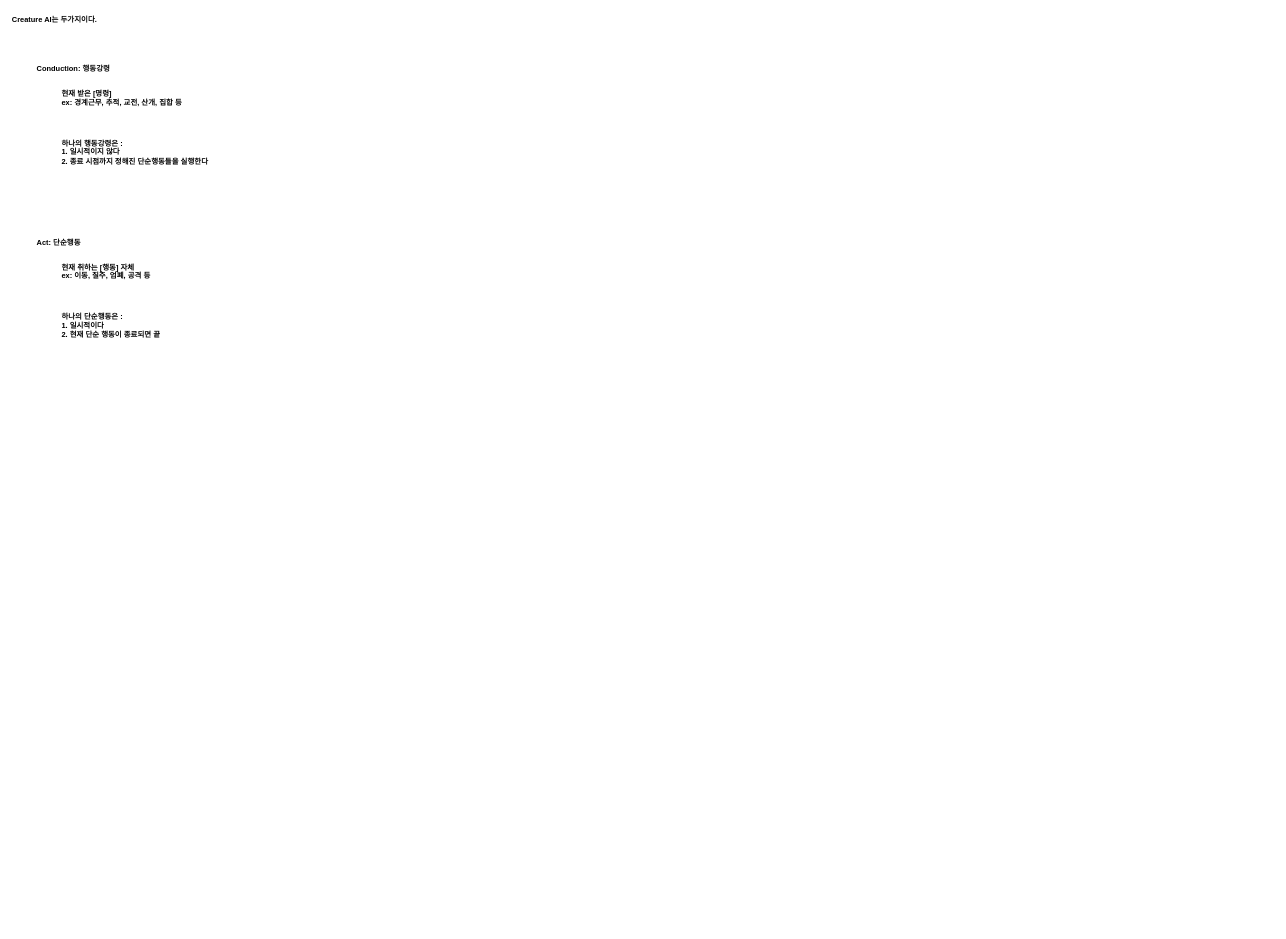
VanSubstance/To-the-North keeps this draw.io diagram as page "Intro" (1 of 7) of documents/Structure For AI.drawio. Above is the earlier version. Source tidied: cells renumbered, new cells numbered last; positions are measured from the earlier drawing's top-left corner, leaving out a move shared by most shapes. Both pictures are drawn from the tidied source at 62%, with x=0, y=0 at pixel (11, 11).
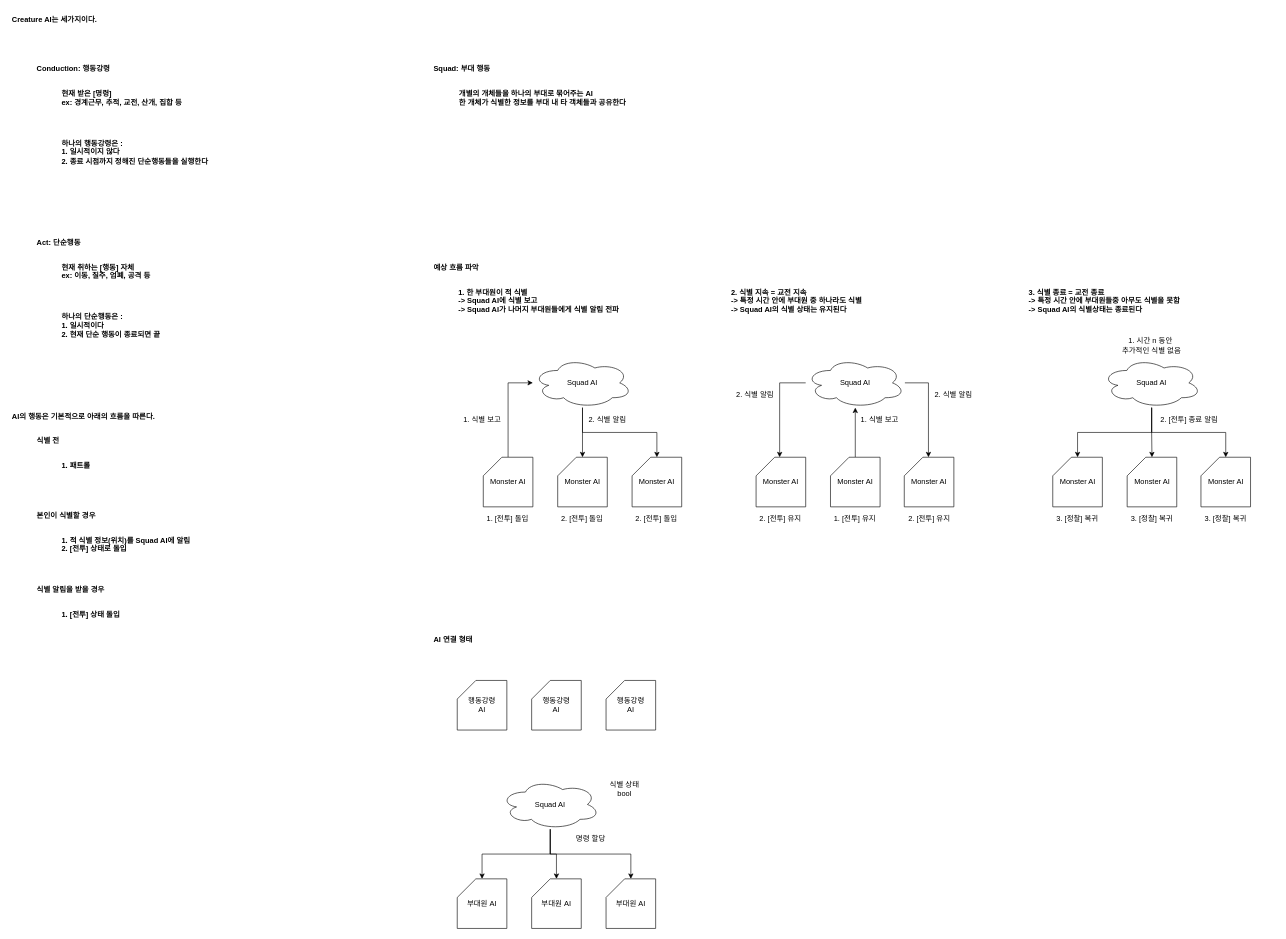
Above is the later version.

Commit message (it also covers changes not shown here):
Document/ai squad for monsters (#55)

* Docs: Structure for Squad AI

#52

+ 부대 AI 구성중 ...

* Docs: Update Structure for AI

* Docs: Logic for PathFinding

#52

+ 길찾기 알고리즘 고안중 ...

* Docs: Structure of Base AI including PathFinding

#52

+ 길찾기 알고리즘을 포함한 기본 AI 리뉴얼 플로우차트 작성

* Docs: PathFind AI

#52

+ 패스파인딩 AI 기본 구조 고안 완료

What changed in the source:
```diff
@@
-    <mxCell id="2" value="Creature AI는 두가지이다." style="text;html=1;strokeColor=none;fillColor=none;align=left;verticalAlign=top;whiteSpace=wrap;rounded=0;fontStyle=1;" parent="1" vertex="1">
+    <mxCell id="2" value="Creature AI는 세가지이다." style="text;html=1;strokeColor=none;fillColor=none;align=left;verticalAlign=top;whiteSpace=wrap;rounded=0;fontStyle=1;" parent="1" vertex="1">
       <mxGeometry width="480" height="30" as="geometry" />
     </mxCell>
@@
+    <mxCell id="9" value="Squad: 부대 행동" style="text;html=1;strokeColor=none;fillColor=none;align=left;verticalAlign=top;whiteSpace=wrap;rounded=0;fontStyle=1;" parent="1" vertex="1">
+      <mxGeometry x="680" y="80" width="480" height="30" as="geometry" />
+    </mxCell>
+    <mxCell id="10" value="개별의 개체들을 하나의 부대로 묶어주는 AI&lt;br&gt;한 개체가 식별한 정보를 부대 내 타 객체들과 공유한다" style="text;html=1;strokeColor=none;fillColor=none;align=left;verticalAlign=top;whiteSpace=wrap;rounded=0;fontStyle=1;" parent="1" vertex="1">
+      <mxGeometry x="721" y="120" width="480" height="30" as="geometry" />
+    </mxCell>
+    <mxCell id="11" value="AI의 행동은 기본적으로 아래의 흐름을 따른다." style="text;html=1;strokeColor=none;fillColor=none;align=left;verticalAlign=top;whiteSpace=wrap;rounded=0;fontStyle=1;" parent="1" vertex="1">
+      <mxGeometry y="640" width="480" height="30" as="geometry" />
+    </mxCell>
+    <mxCell id="12" value="식별 전" style="text;html=1;strokeColor=none;fillColor=none;align=left;verticalAlign=top;whiteSpace=wrap;rounded=0;fontStyle=1;" parent="1" vertex="1">
+      <mxGeometry x="40" y="680" width="480" height="30" as="geometry" />
+    </mxCell>
+    <mxCell id="13" value="1. 패트롤" style="text;html=1;strokeColor=none;fillColor=none;align=left;verticalAlign=top;whiteSpace=wrap;rounded=0;fontStyle=1;" parent="1" vertex="1">
+      <mxGeometry x="80" y="720" width="480" height="30" as="geometry" />
+    </mxCell>
+    <mxCell id="14" value="본인이 식별할 경우" style="text;html=1;strokeColor=none;fillColor=none;align=left;verticalAlign=top;whiteSpace=wrap;rounded=0;fontStyle=1;" parent="1" vertex="1">
+      <mxGeometry x="40" y="800" width="480" height="40" as="geometry" />
+    </mxCell>
+    <mxCell id="15" value="1. 적 식별 정보(위치)를 Squad AI에 알림&lt;br&gt;2. [전투] 상태로 돌입" style="text;html=1;strokeColor=none;fillColor=none;align=left;verticalAlign=top;whiteSpace=wrap;rounded=0;fontStyle=1;" parent="1" vertex="1">
+      <mxGeometry x="80" y="840" width="480" height="40" as="geometry" />
+    </mxCell>
+    <mxCell id="16" value="식별 알림을 받을 경우" style="text;html=1;strokeColor=none;fillColor=none;align=left;verticalAlign=top;whiteSpace=wrap;rounded=0;fontStyle=1;" parent="1" vertex="1">
+      <mxGeometry x="40" y="920" width="480" height="40" as="geometry" />
+    </mxCell>
+    <mxCell id="17" value="1. [전투] 상태 돌입" style="text;html=1;strokeColor=none;fillColor=none;align=left;verticalAlign=top;whiteSpace=wrap;rounded=0;fontStyle=1;" parent="1" vertex="1">
+      <mxGeometry x="80" y="960" width="480" height="40" as="geometry" />
+    </mxCell>
+    <mxCell id="18" style="edgeStyle=orthogonalEdgeStyle;rounded=0;jettySize=auto;html=1;" parent="1" edge="1" source="20" target="22">
+      <mxGeometry relative="1" as="geometry" />
+    </mxCell>
+    <mxCell id="19" style="edgeStyle=orthogonalEdgeStyle;rounded=0;jettySize=auto;html=1;" parent="1" edge="1" source="20" target="21">
+      <mxGeometry relative="1" as="geometry" />
+    </mxCell>
+    <mxCell id="20" value="Squad AI" style="ellipse;shape=cloud;whiteSpace=wrap;html=1;" parent="1" vertex="1">
+      <mxGeometry x="842" y="560" width="160" height="80" as="geometry" />
+    </mxCell>
+    <mxCell id="21" value="Monster AI" style="shape=card;whiteSpace=wrap;html=1;" parent="1" vertex="1">
+      <mxGeometry x="1002" y="720" width="80" height="80" as="geometry" />
+    </mxCell>
+    <mxCell id="22" value="Monster AI" style="shape=card;whiteSpace=wrap;html=1;" parent="1" vertex="1">
+      <mxGeometry x="882" y="720" width="80" height="80" as="geometry" />
+    </mxCell>
+    <mxCell id="23" style="edgeStyle=orthogonalEdgeStyle;rounded=0;jettySize=auto;html=1;" parent="1" edge="1" source="24" target="20">
+      <mxGeometry relative="1" as="geometry">
+        <Array as="points">
+          <mxPoint x="802" y="600" />
+        </Array>
+      </mxGeometry>
+    </mxCell>
+    <mxCell id="24" value="Monster AI" style="shape=card;whiteSpace=wrap;html=1;" parent="1" vertex="1">
+      <mxGeometry x="762" y="720" width="80" height="80" as="geometry" />
+    </mxCell>
+    <mxCell id="25" value="예상 흐름 파악" style="text;html=1;strokeColor=none;fillColor=none;align=left;verticalAlign=top;whiteSpace=wrap;rounded=0;fontStyle=1;" parent="1" vertex="1">
+      <mxGeometry x="680" y="400" width="480" height="30" as="geometry" />
+    </mxCell>
+    <mxCell id="26" value="1. 한 부대원이 적 식별&lt;br&gt;-&amp;gt; Squad AI에 식별 보고&lt;br&gt;-&amp;gt; Squad AI가 나머지 부대원들에게 식별 알림 전파" style="text;html=1;strokeColor=none;fillColor=none;align=left;verticalAlign=top;whiteSpace=wrap;rounded=0;fontStyle=1;" parent="1" vertex="1">
+      <mxGeometry x="720" y="440" width="360" height="30" as="geometry" />
+    </mxCell>
+    <mxCell id="27" value="1. [전투] 돌입" style="text;html=1;strokeColor=none;fillColor=none;align=center;verticalAlign=middle;whiteSpace=wrap;rounded=0;" parent="1" vertex="1">
+      <mxGeometry x="762" y="800" width="79" height="40" as="geometry" />
+    </mxCell>
+    <mxCell id="28" value="2. 식별 알림" style="text;html=1;strokeColor=none;fillColor=none;align=center;verticalAlign=middle;whiteSpace=wrap;rounded=0;" parent="1" vertex="1">
+      <mxGeometry x="923" y="640" width="79" height="40" as="geometry" />
+    </mxCell>
+    <mxCell id="29" value="1. 식별 보고" style="text;html=1;strokeColor=none;fillColor=none;align=center;verticalAlign=middle;whiteSpace=wrap;rounded=0;" parent="1" vertex="1">
+      <mxGeometry x="721" y="640" width="79" height="40" as="geometry" />
+    </mxCell>
+    <mxCell id="30" value="2. [전투] 돌입" style="text;html=1;strokeColor=none;fillColor=none;align=center;verticalAlign=middle;whiteSpace=wrap;rounded=0;" parent="1" vertex="1">
+      <mxGeometry x="882" y="800" width="79" height="40" as="geometry" />
+    </mxCell>
+    <mxCell id="31" value="2. [전투] 돌입" style="text;html=1;strokeColor=none;fillColor=none;align=center;verticalAlign=middle;whiteSpace=wrap;rounded=0;" parent="1" vertex="1">
+      <mxGeometry x="1002" y="800" width="79" height="40" as="geometry" />
+    </mxCell>
+    <mxCell id="32" style="edgeStyle=orthogonalEdgeStyle;rounded=0;jettySize=auto;html=1;" parent="1" edge="1" source="34" target="35">
+      <mxGeometry relative="1" as="geometry">
+        <Array as="points">
+          <mxPoint x="1480" y="600" />
+        </Array>
+      </mxGeometry>
+    </mxCell>
+    <mxCell id="33" style="edgeStyle=orthogonalEdgeStyle;rounded=0;jettySize=auto;html=1;" parent="1" edge="1" source="34" target="38">
+      <mxGeometry relative="1" as="geometry">
+        <Array as="points">
+          <mxPoint x="1240" y="600" />
+        </Array>
+      </mxGeometry>
+    </mxCell>
+    <mxCell id="34" value="Squad AI" style="ellipse;shape=cloud;whiteSpace=wrap;html=1;" parent="1" vertex="1">
+      <mxGeometry x="1282" y="560" width="160" height="80" as="geometry" />
+    </mxCell>
+    <mxCell id="35" value="Monster AI" style="shape=card;whiteSpace=wrap;html=1;" parent="1" vertex="1">
+      <mxGeometry x="1441" y="720" width="80" height="80" as="geometry" />
+    </mxCell>
+    <mxCell id="36" style="edgeStyle=orthogonalEdgeStyle;rounded=0;jettySize=auto;html=1;" parent="1" edge="1" source="37" target="34">
+      <mxGeometry relative="1" as="geometry" />
+    </mxCell>
+    <mxCell id="37" value="Monster AI" style="shape=card;whiteSpace=wrap;html=1;" parent="1" vertex="1">
+      <mxGeometry x="1322" y="720" width="80" height="80" as="geometry" />
+    </mxCell>
+    <mxCell id="38" value="Monster AI" style="shape=card;whiteSpace=wrap;html=1;" parent="1" vertex="1">
+      <mxGeometry x="1202" y="720" width="80" height="80" as="geometry" />
+    </mxCell>
+    <mxCell id="39" value="2. 식별 지속 = 교전 지속&lt;br&gt;-&amp;gt; 특정 시간 안에 부대원 중 하나라도 식별&lt;br&gt;-&amp;gt; Squad AI의 식별 상태는 유지된다" style="text;html=1;strokeColor=none;fillColor=none;align=left;verticalAlign=top;whiteSpace=wrap;rounded=0;fontStyle=1;" parent="1" vertex="1">
+      <mxGeometry x="1160" y="440" width="400" height="30" as="geometry" />
+    </mxCell>
+    <mxCell id="40" value="2. [전투] 유지" style="text;html=1;strokeColor=none;fillColor=none;align=center;verticalAlign=middle;whiteSpace=wrap;rounded=0;" parent="1" vertex="1">
+      <mxGeometry x="1202" y="800" width="79" height="40" as="geometry" />
+    </mxCell>
+    <mxCell id="41" value="2. 식별 알림" style="text;html=1;strokeColor=none;fillColor=none;align=center;verticalAlign=middle;whiteSpace=wrap;rounded=0;" parent="1" vertex="1">
+      <mxGeometry x="1481" y="600" width="79" height="40" as="geometry" />
+    </mxCell>
+    <mxCell id="42" value="1. 식별 보고" style="text;html=1;strokeColor=none;fillColor=none;align=center;verticalAlign=middle;whiteSpace=wrap;rounded=0;" parent="1" vertex="1">
+      <mxGeometry x="1362" y="640" width="79" height="40" as="geometry" />
+    </mxCell>
+    <mxCell id="43" value="1. [전투] 유지" style="text;html=1;strokeColor=none;fillColor=none;align=center;verticalAlign=middle;whiteSpace=wrap;rounded=0;" parent="1" vertex="1">
+      <mxGeometry x="1322" y="800" width="79" height="40" as="geometry" />
+    </mxCell>
+    <mxCell id="44" value="2. [전투] 유지" style="text;html=1;strokeColor=none;fillColor=none;align=center;verticalAlign=middle;whiteSpace=wrap;rounded=0;" parent="1" vertex="1">
+      <mxGeometry x="1442" y="800" width="79" height="40" as="geometry" />
+    </mxCell>
+    <mxCell id="45" value="2. 식별 알림" style="text;html=1;strokeColor=none;fillColor=none;align=center;verticalAlign=middle;whiteSpace=wrap;rounded=0;" parent="1" vertex="1">
+      <mxGeometry x="1161" y="600" width="79" height="40" as="geometry" />
+    </mxCell>
+    <mxCell id="46" value="3. 식별 종료 = 교전 종료&lt;br&gt;-&amp;gt; 특정 시간 안에 부대원들중 아무도 식별을 못함&lt;br&gt;-&amp;gt; Squad AI의 식별상태는 종료된다" style="text;html=1;strokeColor=none;fillColor=none;align=left;verticalAlign=top;whiteSpace=wrap;rounded=0;fontStyle=1;" parent="1" vertex="1">
+      <mxGeometry x="1640" y="440" width="400" height="30" as="geometry" />
+    </mxCell>
+    <mxCell id="47" style="edgeStyle=orthogonalEdgeStyle;rounded=0;jettySize=auto;html=1;" parent="1" edge="1" source="50" target="53">
+      <mxGeometry relative="1" as="geometry" />
+    </mxCell>
+    <mxCell id="48" style="edgeStyle=orthogonalEdgeStyle;rounded=0;jettySize=auto;html=1;" parent="1" edge="1" source="50" target="54">
+      <mxGeometry relative="1" as="geometry" />
+    </mxCell>
+    <mxCell id="49" style="edgeStyle=orthogonalEdgeStyle;rounded=0;jettySize=auto;html=1;" parent="1" edge="1" source="50" target="52">
+      <mxGeometry relative="1" as="geometry" />
+    </mxCell>
+    <mxCell id="50" value="Squad AI" style="ellipse;shape=cloud;whiteSpace=wrap;html=1;" parent="1" vertex="1">
+      <mxGeometry x="1760" y="560" width="160" height="80" as="geometry" />
+    </mxCell>
+    <mxCell id="51" value="1. 시간 n 동안&amp;nbsp;&lt;br&gt;추가적인 식별 없음" style="text;html=1;strokeColor=none;fillColor=none;align=center;verticalAlign=middle;whiteSpace=wrap;rounded=0;" parent="1" vertex="1">
+      <mxGeometry x="1760" y="520" width="160" height="40" as="geometry" />
+    </mxCell>
+    <mxCell id="52" value="Monster AI" style="shape=card;whiteSpace=wrap;html=1;" parent="1" vertex="1">
+      <mxGeometry x="1919.5" y="720" width="80" height="80" as="geometry" />
+    </mxCell>
+    <mxCell id="53" value="Monster AI" style="shape=card;whiteSpace=wrap;html=1;" parent="1" vertex="1">
+      <mxGeometry x="1800.5" y="720" width="80" height="80" as="geometry" />
+    </mxCell>
+    <mxCell id="54" value="Monster AI" style="shape=card;whiteSpace=wrap;html=1;" parent="1" vertex="1">
+      <mxGeometry x="1680.5" y="720" width="80" height="80" as="geometry" />
+    </mxCell>
+    <mxCell id="55" value="2. [전투] 종료 알림" style="text;html=1;strokeColor=none;fillColor=none;align=center;verticalAlign=middle;whiteSpace=wrap;rounded=0;" parent="1" vertex="1">
+      <mxGeometry x="1840.5" y="640" width="119.5" height="40" as="geometry" />
+    </mxCell>
+    <mxCell id="56" value="3. [정찰] 복귀" style="text;html=1;strokeColor=none;fillColor=none;align=center;verticalAlign=middle;whiteSpace=wrap;rounded=0;" parent="1" vertex="1">
+      <mxGeometry x="1800.5" y="800" width="79" height="40" as="geometry" />
+    </mxCell>
+    <mxCell id="57" value="3. [정찰] 복귀" style="text;html=1;strokeColor=none;fillColor=none;align=center;verticalAlign=middle;whiteSpace=wrap;rounded=0;" parent="1" vertex="1">
+      <mxGeometry x="1919.5" y="800" width="79" height="40" as="geometry" />
+    </mxCell>
+    <mxCell id="58" value="3. [정찰] 복귀" style="text;html=1;strokeColor=none;fillColor=none;align=center;verticalAlign=middle;whiteSpace=wrap;rounded=0;" parent="1" vertex="1">
+      <mxGeometry x="1680.5" y="800" width="79" height="40" as="geometry" />
+    </mxCell>
+    <mxCell id="59" style="edgeStyle=orthogonalEdgeStyle;rounded=0;jettySize=auto;html=1;" parent="1" edge="1" source="62" target="68">
+      <mxGeometry relative="1" as="geometry" />
+    </mxCell>
+    <mxCell id="60" style="edgeStyle=orthogonalEdgeStyle;rounded=0;jettySize=auto;html=1;" parent="1" edge="1" source="62" target="67">
+      <mxGeometry relative="1" as="geometry" />
+    </mxCell>
+    <mxCell id="61" style="edgeStyle=orthogonalEdgeStyle;rounded=0;jettySize=auto;html=1;" parent="1" edge="1" source="62" target="69">
+      <mxGeometry relative="1" as="geometry">
+        <Array as="points">
+          <mxPoint x="870" y="1360" />
+          <mxPoint x="1000" y="1360" />
+        </Array>
+      </mxGeometry>
+    </mxCell>
+    <mxCell id="62" value="Squad AI" style="ellipse;shape=cloud;whiteSpace=wrap;html=1;" parent="1" vertex="1">
+      <mxGeometry x="790" y="1240" width="160" height="80" as="geometry" />
+    </mxCell>
+    <mxCell id="63" value="AI 연결 형태" style="text;html=1;strokeColor=none;fillColor=none;align=left;verticalAlign=top;whiteSpace=wrap;rounded=0;fontStyle=1;" parent="1" vertex="1">
+      <mxGeometry x="680" y="1000" width="480" height="30" as="geometry" />
+    </mxCell>
+    <mxCell id="64" value="행동강령&lt;br&gt;AI" style="shape=card;whiteSpace=wrap;html=1;" parent="1" vertex="1">
+      <mxGeometry x="720" y="1080" width="80" height="80" as="geometry" />
+    </mxCell>
+    <mxCell id="65" value="행동강령&lt;br&gt;AI" style="shape=card;whiteSpace=wrap;html=1;" parent="1" vertex="1">
+      <mxGeometry x="840" y="1080" width="80" height="80" as="geometry" />
+    </mxCell>
+    <mxCell id="66" value="행동강령&lt;br&gt;AI" style="shape=card;whiteSpace=wrap;html=1;" parent="1" vertex="1">
+      <mxGeometry x="960" y="1080" width="80" height="80" as="geometry" />
+    </mxCell>
+    <mxCell id="67" value="부대원 AI" style="shape=card;whiteSpace=wrap;html=1;" parent="1" vertex="1">
+      <mxGeometry x="720" y="1400" width="80" height="80" as="geometry" />
+    </mxCell>
+    <mxCell id="68" value="부대원 AI" style="shape=card;whiteSpace=wrap;html=1;" parent="1" vertex="1">
+      <mxGeometry x="840" y="1400" width="80" height="80" as="geometry" />
+    </mxCell>
+    <mxCell id="69" value="부대원 AI" style="shape=card;whiteSpace=wrap;html=1;" parent="1" vertex="1">
+      <mxGeometry x="960" y="1400" width="80" height="80" as="geometry" />
+    </mxCell>
+    <mxCell id="70" value="명령 할당" style="text;html=1;align=center;verticalAlign=middle;strokeColor=none;fillColor=none;" parent="1" vertex="1">
+      <mxGeometry x="900" y="1320" width="70" height="30" as="geometry" />
+    </mxCell>
+    <mxCell id="71" value="식별 상태&lt;br&gt;bool" style="text;html=1;strokeColor=none;fillColor=none;align=center;verticalAlign=middle;whiteSpace=wrap;rounded=0;" parent="1" vertex="1">
+      <mxGeometry x="960" y="1240" width="60" height="30" as="geometry" />
+    </mxCell>
```
